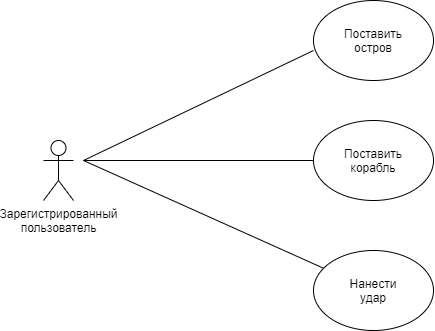
This is UseCase_Diagram.png from BASTION8/Project_201-351, a draw.io export, as it was before one commit. Source tidied: cells renumbered, new cells last; positions are measured from the earlier drawing's top-left corner, leaving out a move shared by most shapes. The source it was exported from:
```xml
<mxGraphModel>
  <root>
    <mxCell id="0" />
    <mxCell id="1" parent="0" />
    <mxCell id="2" value="Зарегистрированный&lt;br&gt;пользователь" style="shape=umlActor;verticalLabelPosition=bottom;verticalAlign=top;html=1;" parent="1" vertex="1">
      <mxGeometry y="140" width="30" height="60" as="geometry" />
    </mxCell>
    <mxCell id="3" style="endArrow=none;html=1;" parent="1" edge="1">
      <mxGeometry relative="1" as="geometry">
        <mxPoint x="40" y="160" as="sourcePoint" />
        <mxPoint x="270" y="50" as="targetPoint" />
      </mxGeometry>
    </mxCell>
    <mxCell id="4" style="endArrow=none;html=1;" parent="1" edge="1">
      <mxGeometry relative="1" as="geometry">
        <mxPoint x="40" y="160" as="sourcePoint" />
        <mxPoint x="270" y="160" as="targetPoint" />
      </mxGeometry>
    </mxCell>
    <mxCell id="5" style="endArrow=none;html=1;" parent="1" edge="1" target="6">
      <mxGeometry relative="1" as="geometry">
        <mxPoint x="40" y="160" as="sourcePoint" />
      </mxGeometry>
    </mxCell>
    <mxCell id="6" style="ellipse;whiteSpace=wrap;html=1;" parent="1" vertex="1">
      <mxGeometry x="270" y="250" width="120" height="80" as="geometry" />
    </mxCell>
    <mxCell id="7" value="Нанести удар" style="text;html=1;strokeColor=none;fillColor=none;align=center;verticalAlign=middle;whiteSpace=wrap;rounded=0;" parent="1" vertex="1">
      <mxGeometry x="310" y="280" width="40" height="20" as="geometry" />
    </mxCell>
    <mxCell id="8" style="ellipse;whiteSpace=wrap;html=1;" parent="1" vertex="1">
      <mxGeometry x="270" y="120" width="120" height="80" as="geometry" />
    </mxCell>
    <mxCell id="9" value="Поставить корабль" style="text;html=1;strokeColor=none;fillColor=none;align=center;verticalAlign=middle;whiteSpace=wrap;rounded=0;" parent="1" vertex="1">
      <mxGeometry x="310" y="150" width="40" height="20" as="geometry" />
    </mxCell>
    <mxCell id="10" style="ellipse;whiteSpace=wrap;html=1;" parent="1" vertex="1">
      <mxGeometry x="270" width="120" height="80" as="geometry" />
    </mxCell>
    <mxCell id="11" value="Поставить остров" style="text;html=1;strokeColor=none;fillColor=none;align=center;verticalAlign=middle;whiteSpace=wrap;rounded=0;" parent="1" vertex="1">
      <mxGeometry x="310" y="30" width="40" height="20" as="geometry" />
    </mxCell>
  </root>
</mxGraphModel>
```
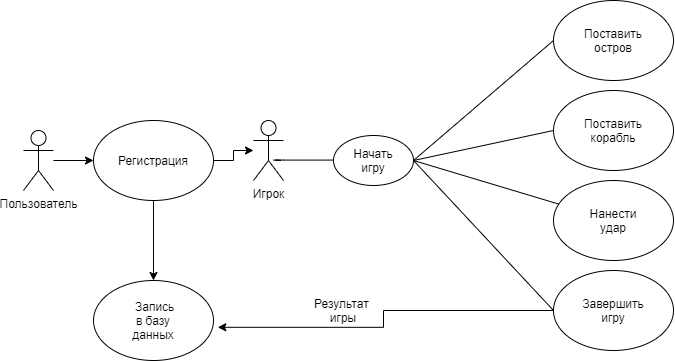
The same diagram one commit later.

What changed in the source:
```diff
@@ -2,43 +2,93 @@
   <root>
     <mxCell id="0" />
     <mxCell id="1" parent="0" />
-    <mxCell id="2" value="Зарегистрированный&lt;br&gt;пользователь" style="shape=umlActor;verticalLabelPosition=bottom;verticalAlign=top;html=1;" parent="1" vertex="1">
-      <mxGeometry y="140" width="30" height="60" as="geometry" />
-    </mxCell>
     <mxCell id="3" style="endArrow=none;html=1;" parent="1" edge="1">
       <mxGeometry relative="1" as="geometry">
-        <mxPoint x="40" y="160" as="sourcePoint" />
-        <mxPoint x="270" y="50" as="targetPoint" />
+        <mxPoint x="330" y="160" as="sourcePoint" />
+        <mxPoint x="470" y="40" as="targetPoint" />
       </mxGeometry>
     </mxCell>
-    <mxCell id="4" style="endArrow=none;html=1;" parent="1" edge="1">
-      <mxGeometry relative="1" as="geometry">
-        <mxPoint x="40" y="160" as="sourcePoint" />
-        <mxPoint x="270" y="160" as="targetPoint" />
-      </mxGeometry>
+    <mxCell id="4" style="endArrow=none;html=1;exitX=1;exitY=0.5;exitDx=0;exitDy=0;entryX=0;entryY=0.5;entryDx=0;entryDy=0;" parent="1" edge="1" source="21" target="8">
+      <mxGeometry relative="1" as="geometry" />
     </mxCell>
-    <mxCell id="5" style="endArrow=none;html=1;" parent="1" edge="1" target="6">
-      <mxGeometry relative="1" as="geometry">
-        <mxPoint x="40" y="160" as="sourcePoint" />
-      </mxGeometry>
+    <mxCell id="5" style="endArrow=none;html=1;exitX=1;exitY=0.5;exitDx=0;exitDy=0;" parent="1" edge="1" source="21" target="6">
+      <mxGeometry relative="1" as="geometry" />
     </mxCell>
     <mxCell id="6" style="ellipse;whiteSpace=wrap;html=1;" parent="1" vertex="1">
-      <mxGeometry x="270" y="250" width="120" height="80" as="geometry" />
+      <mxGeometry x="470" y="180" width="120" height="80" as="geometry" />
     </mxCell>
     <mxCell id="7" value="Нанести удар" style="text;html=1;strokeColor=none;fillColor=none;align=center;verticalAlign=middle;whiteSpace=wrap;rounded=0;" parent="1" vertex="1">
-      <mxGeometry x="310" y="280" width="40" height="20" as="geometry" />
+      <mxGeometry x="510" y="210" width="40" height="20" as="geometry" />
     </mxCell>
     <mxCell id="8" style="ellipse;whiteSpace=wrap;html=1;" parent="1" vertex="1">
-      <mxGeometry x="270" y="120" width="120" height="80" as="geometry" />
+      <mxGeometry x="470" y="90" width="120" height="80" as="geometry" />
     </mxCell>
     <mxCell id="9" value="Поставить корабль" style="text;html=1;strokeColor=none;fillColor=none;align=center;verticalAlign=middle;whiteSpace=wrap;rounded=0;" parent="1" vertex="1">
-      <mxGeometry x="310" y="150" width="40" height="20" as="geometry" />
+      <mxGeometry x="510" y="120" width="40" height="20" as="geometry" />
     </mxCell>
     <mxCell id="10" style="ellipse;whiteSpace=wrap;html=1;" parent="1" vertex="1">
-      <mxGeometry x="270" width="120" height="80" as="geometry" />
+      <mxGeometry x="470" width="120" height="80" as="geometry" />
     </mxCell>
     <mxCell id="11" value="Поставить остров" style="text;html=1;strokeColor=none;fillColor=none;align=center;verticalAlign=middle;whiteSpace=wrap;rounded=0;" parent="1" vertex="1">
-      <mxGeometry x="310" y="30" width="40" height="20" as="geometry" />
+      <mxGeometry x="510" y="30" width="40" height="20" as="geometry" />
     </mxCell>
+    <mxCell id="12" value="Игрок" style="shape=umlActor;verticalLabelPosition=bottom;verticalAlign=top;html=1;outlineConnect=0;" parent="1" vertex="1">
+      <mxGeometry x="170" y="120" width="30" height="60" as="geometry" />
+    </mxCell>
+    <mxCell id="13" style="edgeStyle=orthogonalEdgeStyle;rounded=0;jettySize=auto;html=1;exitX=1;exitY=0.5;exitDx=0;exitDy=0;" parent="1" edge="1" source="15" target="12">
+      <mxGeometry relative="1" as="geometry" />
+    </mxCell>
+    <mxCell id="14" style="edgeStyle=orthogonalEdgeStyle;rounded=0;jettySize=auto;html=1;" parent="1" edge="1" source="15" target="19">
+      <mxGeometry relative="1" as="geometry" />
+    </mxCell>
+    <mxCell id="15" style="ellipse;whiteSpace=wrap;html=1;" parent="1" vertex="1">
+      <mxGeometry x="10" y="120" width="120" height="80" as="geometry" />
+    </mxCell>
+    <mxCell id="16" value="Регистрация" style="text;html=1;strokeColor=none;fillColor=none;align=center;verticalAlign=middle;whiteSpace=wrap;rounded=0;" parent="1" vertex="1">
+      <mxGeometry x="50" y="150" width="40" height="20" as="geometry" />
+    </mxCell>
+    <mxCell id="17" style="edgeStyle=orthogonalEdgeStyle;rounded=0;jettySize=auto;html=1;entryX=0;entryY=0.5;entryDx=0;entryDy=0;" parent="1" edge="1" source="18" target="15">
+      <mxGeometry relative="1" as="geometry" />
+    </mxCell>
+    <mxCell id="18" value="Пользователь" style="shape=umlActor;verticalLabelPosition=bottom;verticalAlign=top;html=1;outlineConnect=0;" parent="1" vertex="1">
+      <mxGeometry x="-60" y="130" width="30" height="60" as="geometry" />
+    </mxCell>
+    <mxCell id="19" style="ellipse;whiteSpace=wrap;html=1;" parent="1" vertex="1">
+      <mxGeometry x="10" y="280" width="120" height="80" as="geometry" />
+    </mxCell>
+    <mxCell id="20" value="&amp;nbsp;Запись в базу данных" style="text;html=1;strokeColor=none;fillColor=none;align=center;verticalAlign=middle;whiteSpace=wrap;rounded=0;" parent="1" vertex="1">
+      <mxGeometry x="50" y="310" width="40" height="20" as="geometry" />
+    </mxCell>
+    <mxCell id="21" style="ellipse;whiteSpace=wrap;html=1;" parent="1" vertex="1">
+      <mxGeometry x="250" y="135" width="80" height="50" as="geometry" />
+    </mxCell>
+    <mxCell id="22" value="Начать игру" style="text;html=1;strokeColor=none;fillColor=none;align=center;verticalAlign=middle;whiteSpace=wrap;rounded=0;" parent="1" vertex="1">
+      <mxGeometry x="270" y="150" width="40" height="20" as="geometry" />
+    </mxCell>
+    <mxCell id="23" style="endArrow=none;html=1;" parent="1" edge="1">
+      <mxGeometry relative="1" as="geometry">
+        <mxPoint x="190" y="159.6" as="sourcePoint" />
+        <mxPoint x="250" y="159.6" as="targetPoint" />
+        <Array as="points">
+          <mxPoint x="200" y="160" />
+          <mxPoint x="190" y="159.6" />
+        </Array>
+      </mxGeometry>
+    </mxCell>
+    <mxCell id="24" style="ellipse;whiteSpace=wrap;html=1;" parent="1" vertex="1">
+      <mxGeometry x="470" y="270" width="120" height="80" as="geometry" />
+    </mxCell>
+    <mxCell id="25" style="edgeStyle=orthogonalEdgeStyle;rounded=0;jettySize=auto;html=1;entryX=1.036;entryY=0.585;entryDx=0;entryDy=0;entryPerimeter=0;exitX=0;exitY=0.5;exitDx=0;exitDy=0;" parent="1" edge="1" source="24" target="19">
+      <mxGeometry relative="1" as="geometry" />
+    </mxCell>
+    <mxCell id="26" value="Завершить игру" style="text;html=1;strokeColor=none;fillColor=none;align=center;verticalAlign=middle;whiteSpace=wrap;rounded=0;" parent="1" vertex="1">
+      <mxGeometry x="510" y="300" width="40" height="20" as="geometry" />
+    </mxCell>
+    <mxCell id="27" style="endArrow=none;html=1;entryX=0;entryY=0.5;entryDx=0;entryDy=0;exitX=1;exitY=0.5;exitDx=0;exitDy=0;" parent="1" edge="1" source="21" target="24">
+      <mxGeometry relative="1" as="geometry" />
+    </mxCell>
+    <mxCell id="28" value="Результат&amp;nbsp; игры" style="text;html=1;strokeColor=none;fillColor=none;align=center;verticalAlign=middle;whiteSpace=wrap;rounded=0;" parent="1" vertex="1">
+      <mxGeometry x="240" y="300" width="40" height="20" as="geometry" />
+    </mxCell>
   </root>
 </mxGraphModel>
```
